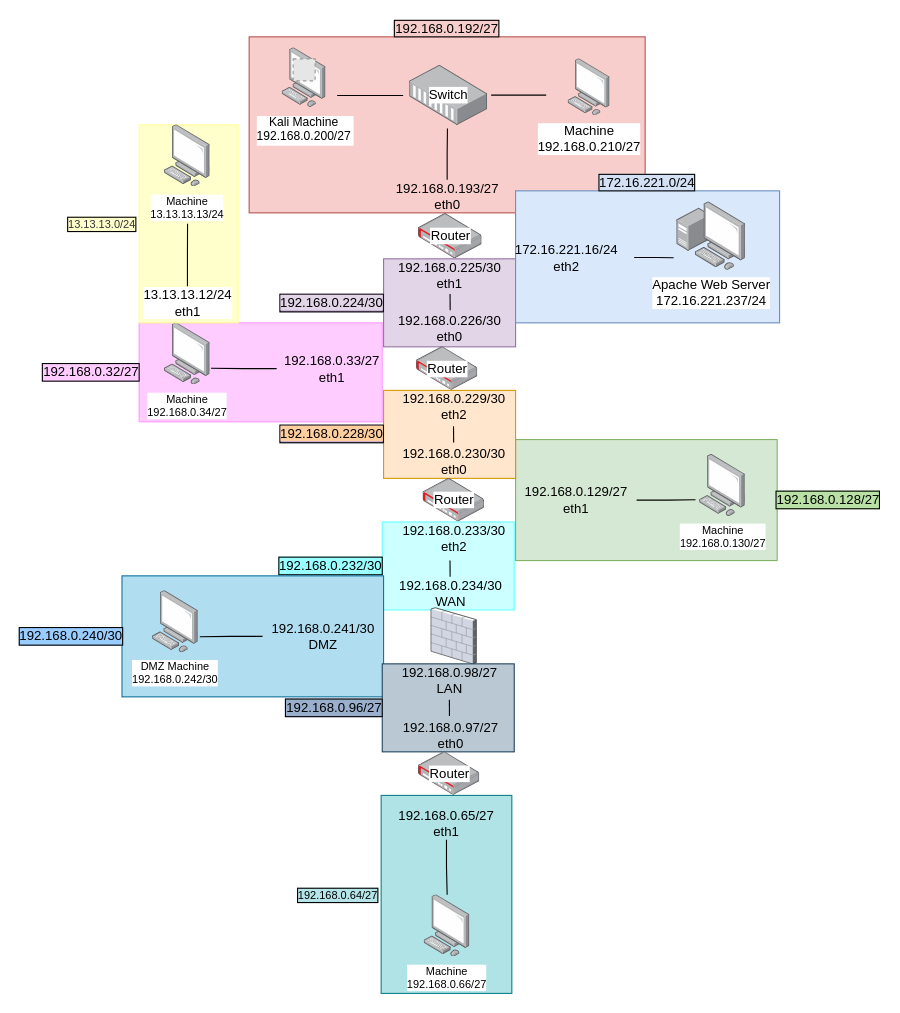
Above: Untitled Diagram.drawio in lukeitslukas/networking (draw.io), before the change. Source tidied: cells renumbered, new cells numbered last; positions are measured from the earlier drawing's top-left corner, leaving out a move shared by most shapes. Both pictures are drawn from the tidied source at 110%, with x=0, y=0 at pixel (121, 36). Pictures stored in the file or linked from it are replaced by grey dashed boxes.
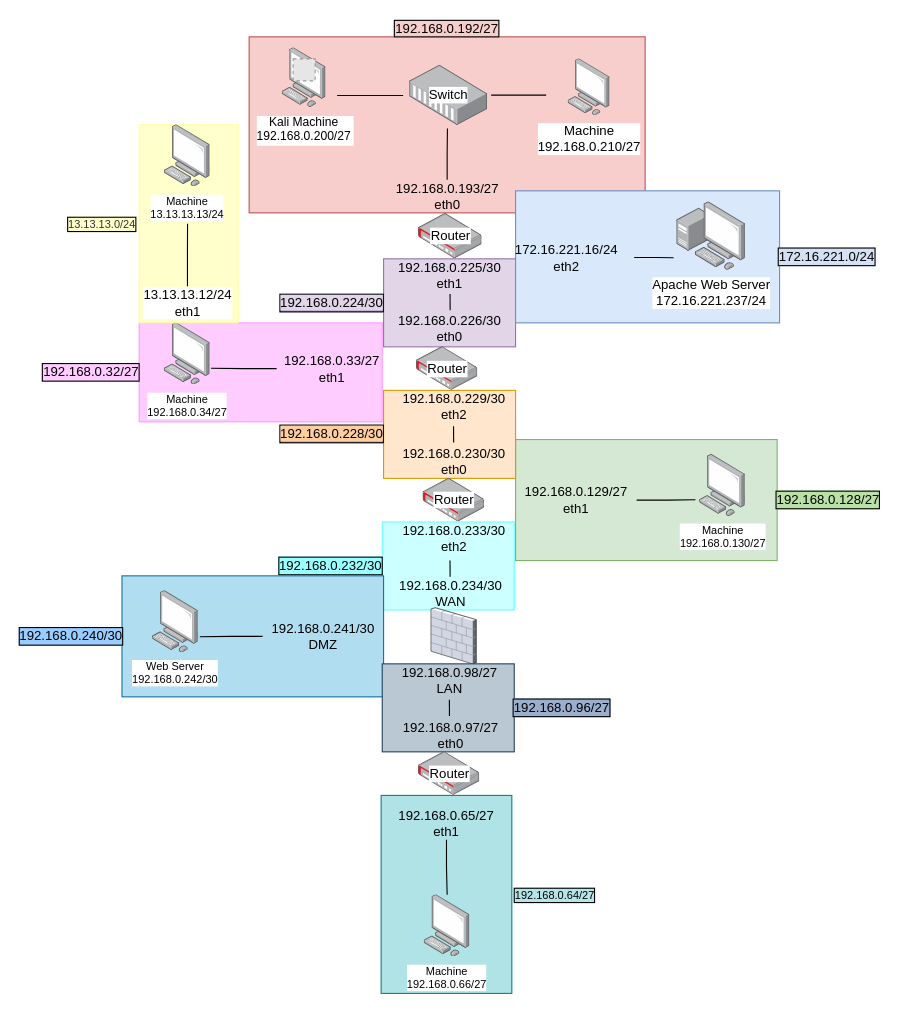
Above is the later version.

What changed in the source:
```diff
@@
-    <mxCell id="8" value="172.16.221.0/24" style="rounded=0;labelBackgroundColor=#D4E1F5;labelBorderColor=default;fillColor=#dae8fc;strokeColor=#6c8ebf;labelPosition=center;verticalLabelPosition=top;align=center;verticalAlign=bottom;spacing=-1;whiteSpace=wrap;html=1;" parent="1" vertex="1">
+    <mxCell id="8" value="172.16.221.0/24" style="rounded=0;labelBackgroundColor=#D4E1F5;labelBorderColor=default;fillColor=#dae8fc;strokeColor=#6c8ebf;labelPosition=right;verticalLabelPosition=middle;align=left;verticalAlign=middle;spacing=-1;whiteSpace=wrap;html=1;" parent="1" vertex="1">
       <mxGeometry x="358.2" y="140" width="240" height="120" as="geometry" />
     </mxCell>
@@
-    <mxCell id="35" value="&lt;div&gt;DMZ Machine&lt;/div&gt;&lt;div&gt;192.168.0.242/30&lt;/div&gt;" style="points=[];html=1;align=center;shadow=0;dashed=0;image;image=img/lib/allied_telesis/computer_and_terminals/Personal_Computer.svg;whiteSpace=wrap;fontSize=10;verticalAlign=top;" parent="1" vertex="1">
+    <mxCell id="35" value="&lt;div&gt;Web Server&lt;/div&gt;&lt;div&gt;192.168.0.242/30&lt;/div&gt;" style="points=[];html=1;align=center;shadow=0;dashed=0;image;image=img/lib/allied_telesis/computer_and_terminals/Personal_Computer.svg;whiteSpace=wrap;fontSize=10;verticalAlign=top;" parent="1" vertex="1">
       <mxGeometry x="28.2" y="503.5" width="41.7" height="56.5" as="geometry" />
     </mxCell>
@@
-    <mxCell id="40" value="192.168.0.96/27" style="rounded=0;whiteSpace=wrap;html=1;labelBackgroundColor=#99AFCC;labelBorderColor=default;fillColor=#bac8d3;strokeColor=#23445d;labelPosition=left;verticalLabelPosition=middle;align=right;verticalAlign=middle;spacing=-1;" parent="1" vertex="1">
+    <mxCell id="40" value="192.168.0.96/27" style="rounded=0;whiteSpace=wrap;html=1;labelBackgroundColor=#99AFCC;labelBorderColor=default;fillColor=#bac8d3;strokeColor=#23445d;labelPosition=right;verticalLabelPosition=middle;align=left;verticalAlign=middle;spacing=-1;" parent="1" vertex="1">
       <mxGeometry x="237" y="570" width="120" height="80" as="geometry" />
     </mxCell>
@@
-    <mxCell id="47" value="192.168.0.64/27" style="rounded=0;whiteSpace=wrap;html=1;labelBackgroundColor=#B5E5E8;labelBorderColor=default;fontSize=10;strokeColor=#0e8088;fillColor=#b0e3e6;labelPosition=left;verticalLabelPosition=middle;align=right;verticalAlign=middle;" parent="1" vertex="1">
+    <mxCell id="47" value="192.168.0.64/27" style="rounded=0;whiteSpace=wrap;html=1;labelBackgroundColor=#B5E5E8;labelBorderColor=default;fontSize=10;strokeColor=#0e8088;fillColor=#b0e3e6;labelPosition=right;verticalLabelPosition=middle;align=left;verticalAlign=middle;" parent="1" vertex="1">
       <mxGeometry x="236" y="689.6" width="118.8" height="180" as="geometry" />
     </mxCell>
```
